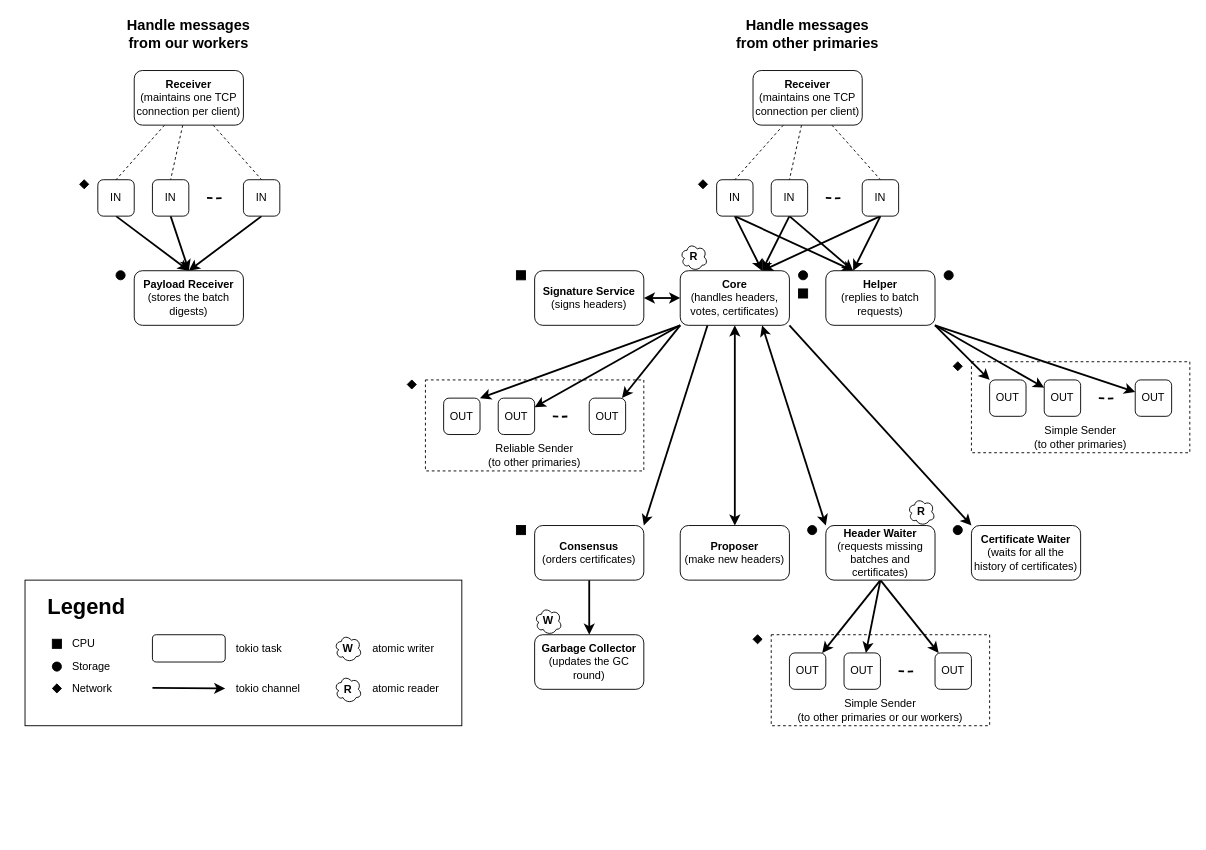
yihan1998/lemonshark keeps this draw.io diagram as page "Lemonshark primary" (6 of 6) of Paper Images/spec.drawio. Above is the earlier version. Source tidied: cells renumbered, new cells numbered last; positions are measured from the earlier drawing's top-left corner, leaving out a move shared by most shapes. Both pictures are drawn from the tidied source at 91%, with x=0, y=0 at pixel (25, 15).
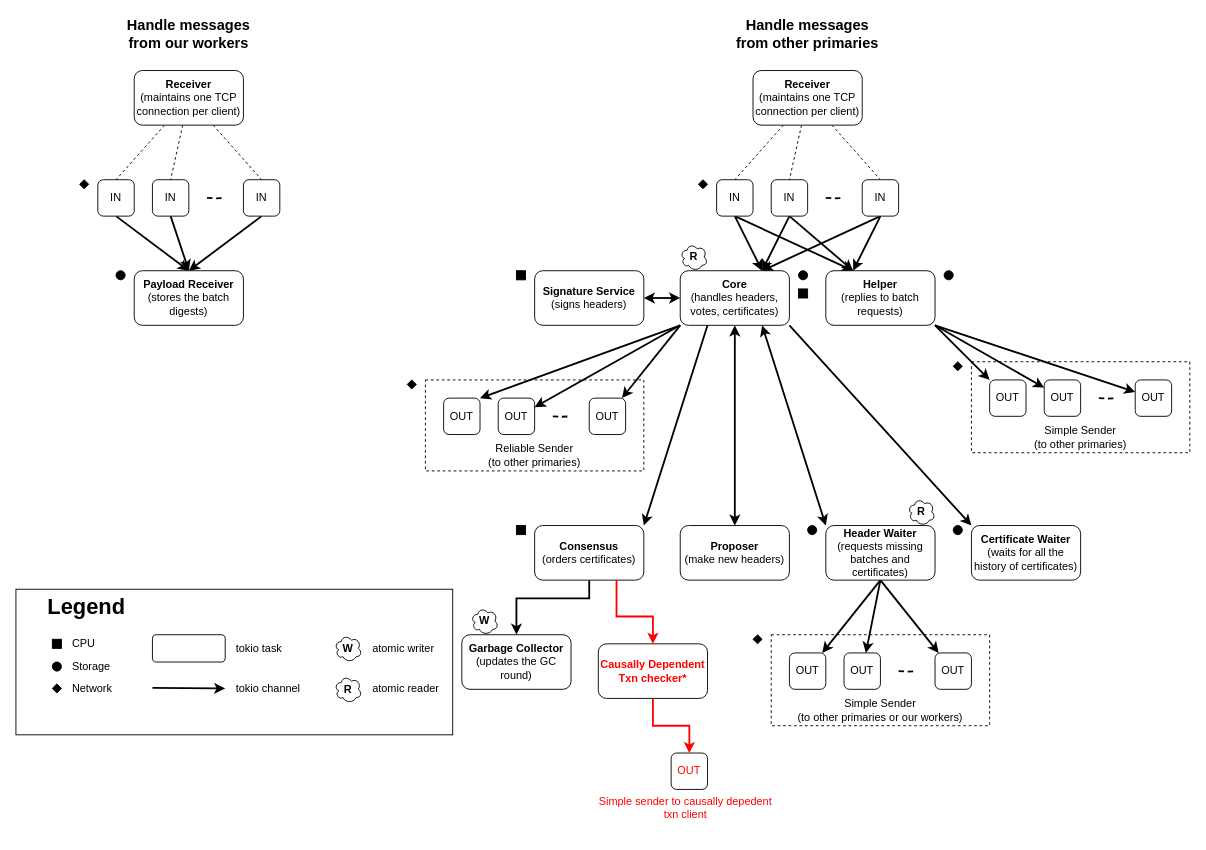
The same page after the edit.

The change refers to these unchanged cells:
```xml
<mxCell id="55" value="&lt;b&gt;Consensus&lt;br&gt;&lt;/b&gt;(orders certificates)" style="rounded=1;whiteSpace=wrap;html=1;" parent="1" vertex="1">
  <mxGeometry x="560" y="560" width="120" height="60" as="geometry" />
</mxCell>
```

Change to the diagram source:
```diff
@@
     <mxCell id="2" style="rounded=0;whiteSpace=wrap;html=1;strokeColor=#000000;align=left;fillColor=none;" parent="1" vertex="1">
-      <mxGeometry y="620" width="480" height="160" as="geometry" />
+      <mxGeometry x="-10" y="630" width="480" height="160" as="geometry" />
     </mxCell>
@@
     <mxCell id="42" value="&lt;b&gt;Garbage Collector&lt;br&gt;&lt;/b&gt;(updates the GC round)" style="rounded=1;whiteSpace=wrap;html=1;" parent="1" vertex="1">
-      <mxGeometry x="560" y="680" width="120" height="60" as="geometry" />
+      <mxGeometry x="480" y="680" width="120" height="60" as="geometry" />
     </mxCell>
@@
-    <mxCell id="54" style="edgeStyle=none;rounded=0;jumpSize=6;jettySize=auto;html=1;startArrow=none;startFill=0;endArrow=classic;endFill=1;strokeWidth=2;" parent="1" edge="1" source="55" target="42">
-      <mxGeometry relative="1" as="geometry" />
+    <mxCell id="54" style="edgeStyle=none;rounded=0;jumpSize=6;jettySize=auto;html=1;startArrow=none;startFill=0;endArrow=classic;endFill=1;strokeWidth=2;entryX=0.5;entryY=0;entryDx=0;entryDy=0;" parent="1" edge="1" source="55" target="42">
+      <mxGeometry relative="1" as="geometry">
+        <Array as="points">
+          <mxPoint x="620" y="640" />
+          <mxPoint x="540" y="640" />
+        </Array>
+      </mxGeometry>
     </mxCell>
@@
     <mxCell id="83" value="&lt;b&gt;W&lt;/b&gt;" style="ellipse;shape=cloud;whiteSpace=wrap;html=1;strokeColor=#000000;fillColor=none;align=center;" parent="1" vertex="1">
-      <mxGeometry x="560" y="650" width="30" height="30" as="geometry" />
+      <mxGeometry x="490" y="650" width="30" height="30" as="geometry" />
     </mxCell>
@@
+    <mxCell id="100" value="&lt;font color=&quot;#ff0000&quot;&gt;OUT&lt;/font&gt;" style="rounded=1;whiteSpace=wrap;html=1;" parent="1" vertex="1">
+      <mxGeometry x="710" y="810" width="40" height="40" as="geometry" />
+    </mxCell>
+    <mxCell id="101" value="&lt;div style=&quot;text-align: center;&quot;&gt;&lt;span style=&quot;background-color: initial;&quot;&gt;&lt;font color=&quot;#ff0000&quot;&gt;Simple sender to causally depedent txn client&lt;/font&gt;&lt;/span&gt;&lt;/div&gt;" style="text;whiteSpace=wrap;html=1;" parent="1" vertex="1">
+      <mxGeometry x="620" y="850" width="210" height="50" as="geometry" />
+    </mxCell>
+    <mxCell id="102" value="&lt;b&gt;&lt;font color=&quot;#ff0000&quot;&gt;Causally Dependent Txn checker*&lt;/font&gt;&lt;/b&gt;" style="rounded=1;whiteSpace=wrap;html=1;" parent="1" vertex="1">
+      <mxGeometry x="630" y="690" width="120" height="60" as="geometry" />
+    </mxCell>
+    <mxCell id="103" style="endArrow=classic;html=1;rounded=0;exitX=0.75;exitY=1;exitDx=0;exitDy=0;entryX=0.5;entryY=0;entryDx=0;entryDy=0;strokeWidth=2;strokeColor=#FF0000;" parent="1" edge="1" source="55" target="102">
+      <mxGeometry relative="1" as="geometry">
+        <Array as="points">
+          <mxPoint x="650" y="660" />
+          <mxPoint x="690" y="660" />
+        </Array>
+      </mxGeometry>
+    </mxCell>
+    <mxCell id="104" style="endArrow=classic;html=1;rounded=0;exitX=0.5;exitY=1;exitDx=0;exitDy=0;entryX=0.5;entryY=0;entryDx=0;entryDy=0;strokeWidth=2;strokeColor=#FF0000;" parent="1" edge="1" source="102" target="100">
+      <mxGeometry relative="1" as="geometry">
+        <Array as="points">
+          <mxPoint x="690" y="780" />
+          <mxPoint x="730" y="780" />
+        </Array>
+      </mxGeometry>
+    </mxCell>
```
